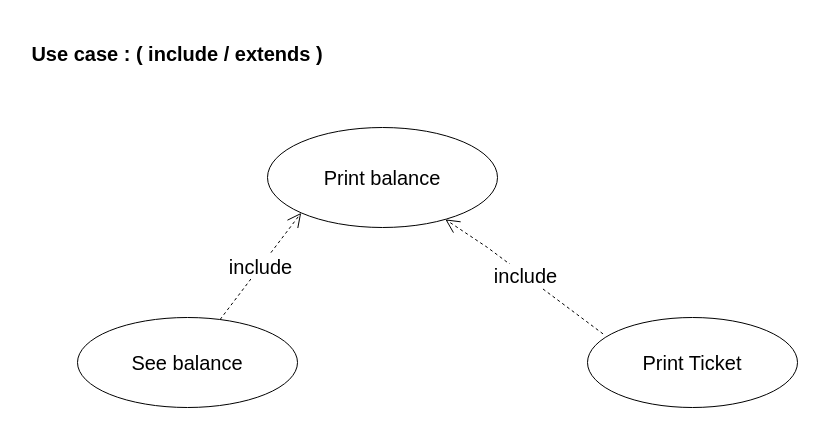
This is Diagram.drawio from yahyamallak/UML, a draw.io file, before an edit. Source tidied: cells renumbered, new cells numbered last; positions are measured from the earlier drawing's top-left corner, leaving out a move shared by most shapes. Both pictures are drawn from the tidied source at 100%, with x=0, y=0 at pixel (17, 17).
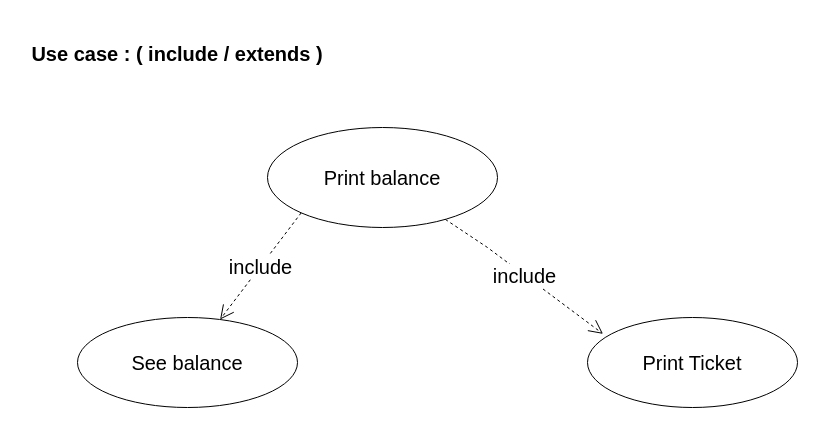
After the change.

The edit, as a diff of the source:
```diff
@@
 <mxGraphModel>
   <root>
     <mxCell id="0" />
     <mxCell id="1" parent="0" />
     <mxCell id="2" value="Print balance" style="ellipse;whiteSpace=wrap;html=1;fontSize=20;" parent="1" vertex="1">
       <mxGeometry x="250" y="110" width="230" height="100" as="geometry" />
     </mxCell>
     <mxCell id="3" value="Use case : ( include / extends )" style="text;align=center;fontStyle=1;verticalAlign=middle;spacingLeft=3;spacingRight=3;strokeColor=none;fontSize=20;" parent="1" vertex="1">
       <mxGeometry width="320" height="70" as="geometry" />
     </mxCell>
     <mxCell id="4" value="See balance" style="ellipse;whiteSpace=wrap;html=1;fontSize=20;" parent="1" vertex="1">
       <mxGeometry x="60" y="300" width="220" height="90" as="geometry" />
     </mxCell>
     <mxCell id="5" value="Print Ticket" style="ellipse;whiteSpace=wrap;html=1;fontSize=20;" parent="1" vertex="1">
       <mxGeometry x="570" y="300" width="210" height="90" as="geometry" />
     </mxCell>
-    <mxCell id="6" value="include" style="endArrow=open;endSize=12;dashed=1;html=1;rounded=0;fontSize=20;entryX=0;entryY=1;entryDx=0;entryDy=0;" parent="1" edge="1" source="4" target="2">
+    <mxCell id="6" value="include" style="endArrow=open;endSize=12;dashed=1;html=1;rounded=0;fontSize=20;exitX=0;exitY=1;exitDx=0;exitDy=0;" parent="1" edge="1" source="2" target="4">
       <mxGeometry relative="1" as="geometry" />
     </mxCell>
-    <mxCell id="7" value="include" style="endArrow=open;endSize=12;dashed=1;html=1;rounded=0;fontSize=20;exitX=0.074;exitY=0.182;exitDx=0;exitDy=0;exitPerimeter=0;" parent="1" edge="1" source="5" target="2">
+    <mxCell id="7" value="include" style="endArrow=open;endSize=12;dashed=1;html=1;rounded=0;fontSize=20;entryX=0.074;entryY=0.182;entryDx=0;entryDy=0;entryPerimeter=0;" parent="1" edge="1" source="2" target="5">
       <mxGeometry relative="1" as="geometry">
         <Array as="points">
           <mxPoint x="470" y="230" />
         </Array>
       </mxGeometry>
     </mxCell>
   </root>
 </mxGraphModel>
```
